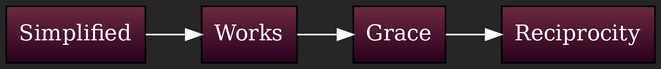
Above: graphs/Simplified.png in julianfl0w/Deism (Graphviz), before the change. Its source is kept beside it as graphs/Simplified.dot.
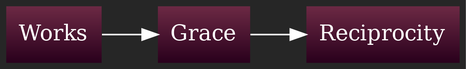
Later version of the same file.

What changed in the source:
```diff
@@ -6,11 +6,9 @@
 bgcolor = "#262626"
 gradientangle = 0
 dpi = 300
-"cluster_102" [rankdir=LR, shape=box, color=black, fontcolor=white, fillcolor="#6C2944:#29001C", style=filled, gradientangle=270.05, label="Simplified"]
-"cluster_103" [rankdir=LR, shape=box, color=black, fontcolor=white, fillcolor="#6C2944:#29001C", style=filled, gradientangle=270.05, label="Works"]
-"cluster_104" [rankdir=LR, shape=box, color=black, fontcolor=white, fillcolor="#6C2944:#29001C", style=filled, gradientangle=270.05, label="Grace"]
-"cluster_105" [rankdir=LR, shape=box, color=black, fontcolor=white, fillcolor="#6C2944:#29001C", style=filled, gradientangle=270.05, label="Reciprocity"]
-"cluster_104" -> "cluster_105" [color=white, penwidth=1, ltail="cluster_104", lhead="cluster_105"]
-"cluster_103" -> "cluster_104" [color=white, penwidth=1, ltail="cluster_104", lhead="cluster_105"]
-"cluster_102" -> "cluster_103" [color=white, penwidth=1, ltail="cluster_104", lhead="cluster_105"]
+"cluster_98" [rankdir=TB, shape=box, penwidth=0, color=black, fontcolor=white, fillcolor="#6C2944:#29001C", style=filled, gradientangle=270.05, label="Works"]
+"cluster_99" [rankdir=TB, shape=box, penwidth=0, color=black, fontcolor=white, fillcolor="#6C2944:#29001C", style=filled, gradientangle=270.05, label="Grace"]
+"cluster_100" [rankdir=TB, shape=box, penwidth=0, color=black, fontcolor=white, fillcolor="#6C2944:#29001C", style=filled, gradientangle=270.05, label="Reciprocity"]
+"cluster_99" -> "cluster_100" [color=white, penwidth=1, ltail="cluster_99", lhead="cluster_100"]
+"cluster_98" -> "cluster_99" [color=white, penwidth=1, ltail="cluster_99", lhead="cluster_100"]
 }
```
